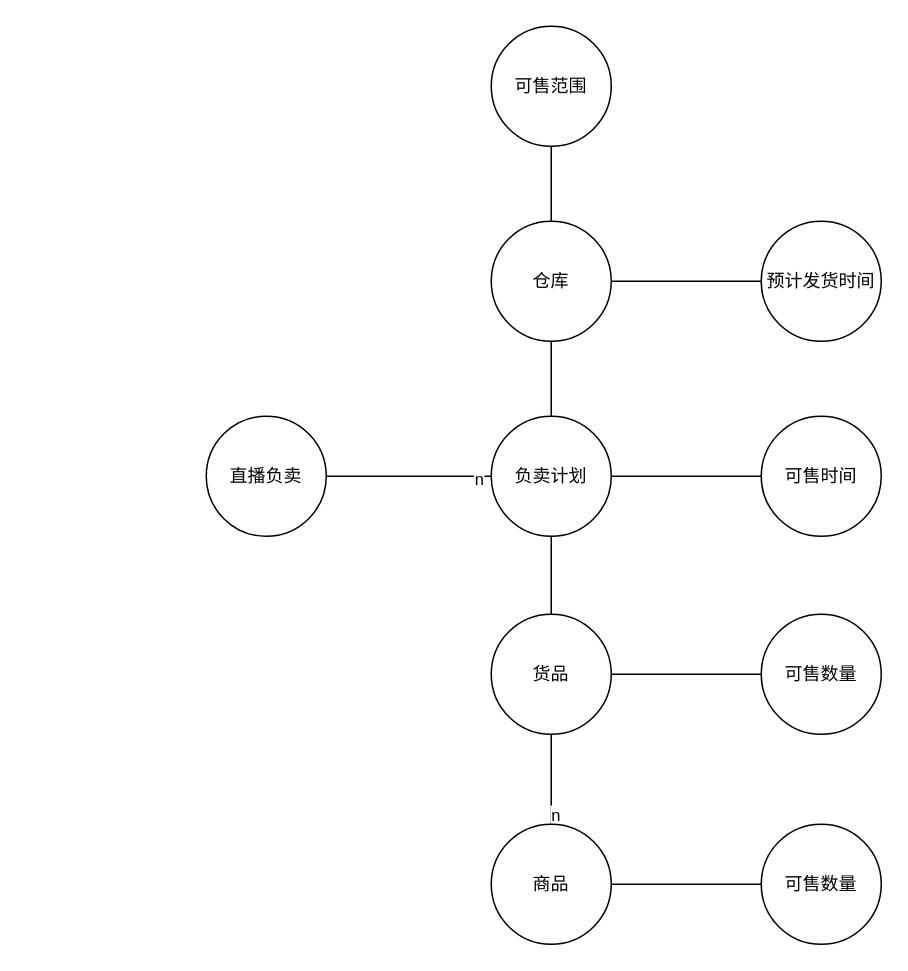
Earlier version of the draw.io diagram fla_gainiantu.drawio (xuyiyang/readme). Source tidied: cells renumbered, new cells numbered last; positions are measured from the earlier drawing's top-left corner, leaving out a move shared by most shapes. Both pictures are drawn from the tidied source at 150%, with x=0, y=0 at pixel (206, 26).
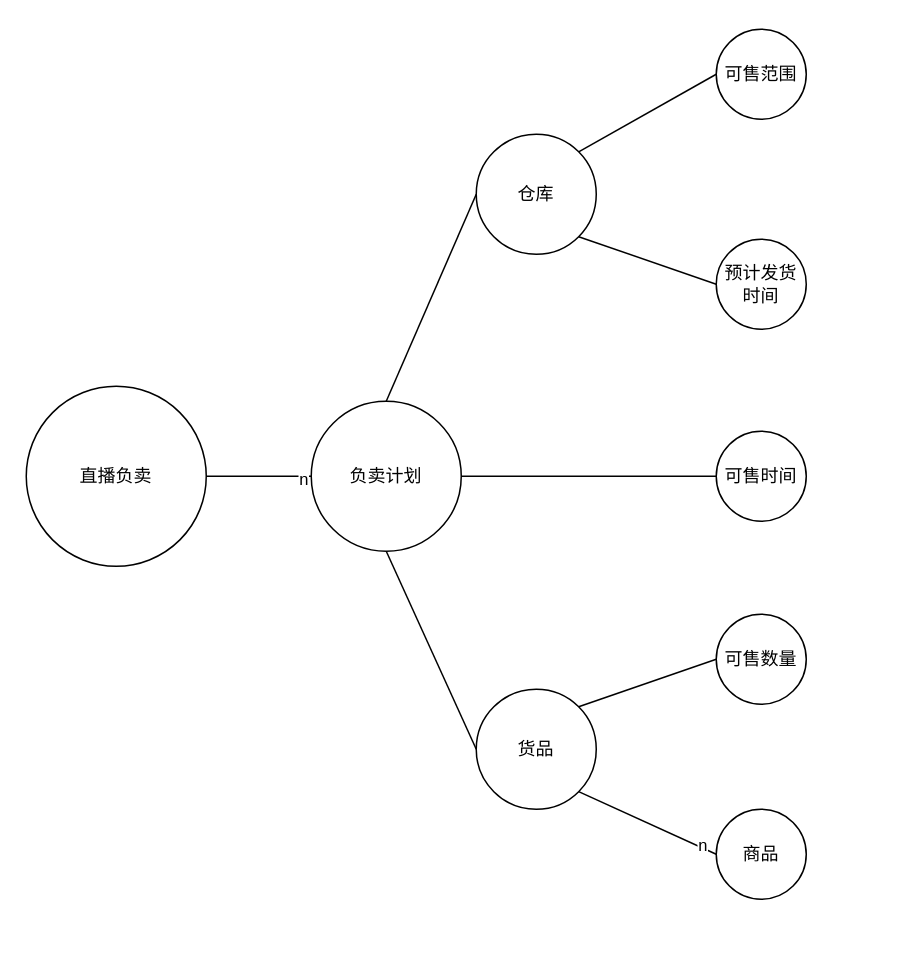
The same diagram, later.

Change to the diagram source:
```diff
@@
-    <mxCell id="2" style="edgeStyle=orthogonalEdgeStyle;rounded=0;jettySize=auto;html=1;exitX=0.5;exitY=0;exitDx=0;exitDy=0;entryX=0.5;entryY=1;entryDx=0;entryDy=0;endArrow=none;endFill=0;" parent="1" edge="1" source="5" target="11">
+    <mxCell id="2" style="rounded=0;jettySize=auto;html=1;exitX=0.5;exitY=0;exitDx=0;exitDy=0;entryX=0;entryY=0.5;entryDx=0;entryDy=0;endArrow=none;endFill=0;" parent="1" edge="1" source="5" target="11">
       <mxGeometry relative="1" as="geometry" />
     </mxCell>
@@
-    <mxCell id="4" style="edgeStyle=orthogonalEdgeStyle;rounded=0;jettySize=auto;html=1;exitX=0.5;exitY=1;exitDx=0;exitDy=0;entryX=0.5;entryY=0;entryDx=0;entryDy=0;endArrow=none;endFill=0;" parent="1" edge="1" source="5" target="17">
+    <mxCell id="4" style="rounded=0;jettySize=auto;html=1;exitX=0.5;exitY=1;exitDx=0;exitDy=0;entryX=0;entryY=0.5;entryDx=0;entryDy=0;endArrow=none;endFill=0;" parent="1" edge="1" source="5" target="17">
       <mxGeometry relative="1" as="geometry" />
     </mxCell>
     <mxCell id="5" value="负卖计划" style="ellipse;whiteSpace=wrap;html=1;" parent="1" vertex="1">
-      <mxGeometry x="190" y="260" width="80" height="80" as="geometry" />
+      <mxGeometry x="70" y="250" width="100" height="100" as="geometry" />
     </mxCell>
@@
     <mxCell id="8" value="直播负卖" style="ellipse;whiteSpace=wrap;html=1;" parent="1" vertex="1">
-      <mxGeometry y="260" width="80" height="80" as="geometry" />
+      <mxGeometry x="-120" y="240" width="120" height="120" as="geometry" />
     </mxCell>
-    <mxCell id="9" style="edgeStyle=orthogonalEdgeStyle;rounded=0;jettySize=auto;html=1;exitX=1;exitY=0.5;exitDx=0;exitDy=0;entryX=0;entryY=0.5;entryDx=0;entryDy=0;endArrow=none;endFill=0;" parent="1" edge="1" source="11" target="14">
+    <mxCell id="9" style="rounded=0;jettySize=auto;html=1;exitX=1;exitY=1;exitDx=0;exitDy=0;entryX=0;entryY=0.5;entryDx=0;entryDy=0;endArrow=none;endFill=0;" parent="1" edge="1" source="11" target="14">
       <mxGeometry relative="1" as="geometry" />
     </mxCell>
-    <mxCell id="10" style="edgeStyle=orthogonalEdgeStyle;rounded=0;jettySize=auto;html=1;exitX=0.5;exitY=0;exitDx=0;exitDy=0;entryX=0.5;entryY=1;entryDx=0;entryDy=0;endArrow=none;endFill=0;" parent="1" edge="1" source="11" target="13">
+    <mxCell id="10" style="rounded=0;jettySize=auto;html=1;exitX=1;exitY=0;exitDx=0;exitDy=0;entryX=0;entryY=0.5;entryDx=0;entryDy=0;endArrow=none;endFill=0;" parent="1" edge="1" source="11" target="13">
       <mxGeometry relative="1" as="geometry" />
     </mxCell>
     <mxCell id="11" value="仓库" style="ellipse;whiteSpace=wrap;html=1;" parent="1" vertex="1">
-      <mxGeometry x="190" y="130" width="80" height="80" as="geometry" />
+      <mxGeometry x="180" y="72" width="80" height="80" as="geometry" />
     </mxCell>
     <mxCell id="12" value="可售时间" style="ellipse;whiteSpace=wrap;html=1;" parent="1" vertex="1">
-      <mxGeometry x="370" y="260" width="80" height="80" as="geometry" />
+      <mxGeometry x="340" y="270" width="60" height="60" as="geometry" />
     </mxCell>
     <mxCell id="13" value="可售范围" style="ellipse;whiteSpace=wrap;html=1;" parent="1" vertex="1">
-      <mxGeometry x="190" width="80" height="80" as="geometry" />
+      <mxGeometry x="340" y="2" width="60" height="60" as="geometry" />
     </mxCell>
     <mxCell id="14" value="预计发货时间" style="ellipse;whiteSpace=wrap;html=1;" parent="1" vertex="1">
-      <mxGeometry x="370" y="130" width="80" height="80" as="geometry" />
+      <mxGeometry x="340" y="142" width="60" height="60" as="geometry" />
     </mxCell>
-    <mxCell id="15" style="edgeStyle=orthogonalEdgeStyle;rounded=0;jettySize=auto;html=1;exitX=0.5;exitY=1;exitDx=0;exitDy=0;entryX=0.5;entryY=0;entryDx=0;entryDy=0;endArrow=none;endFill=0;" parent="1" edge="1" source="17" target="21">
+    <mxCell id="15" style="rounded=0;jettySize=auto;html=1;exitX=1;exitY=1;exitDx=0;exitDy=0;entryX=0;entryY=0.5;entryDx=0;entryDy=0;endArrow=none;endFill=0;" parent="1" edge="1" source="17" target="21">
       <mxGeometry relative="1" as="geometry" />
     </mxCell>
@@
     <mxCell id="17" value="货品" style="ellipse;whiteSpace=wrap;html=1;" parent="1" vertex="1">
-      <mxGeometry x="190" y="392" width="80" height="80" as="geometry" />
+      <mxGeometry x="180" y="442" width="80" height="80" as="geometry" />
     </mxCell>
-    <mxCell id="18" style="edgeStyle=orthogonalEdgeStyle;rounded=0;jettySize=auto;html=1;exitX=0;exitY=0.5;exitDx=0;exitDy=0;entryX=1;entryY=0.5;entryDx=0;entryDy=0;endArrow=none;endFill=0;" parent="1" edge="1" source="19" target="17">
+    <mxCell id="18" style="rounded=0;jettySize=auto;html=1;exitX=0;exitY=0.5;exitDx=0;exitDy=0;entryX=1;entryY=0;entryDx=0;entryDy=0;endArrow=none;endFill=0;" parent="1" edge="1" source="19" target="17">
       <mxGeometry relative="1" as="geometry" />
     </mxCell>
     <mxCell id="19" value="可售数量" style="ellipse;whiteSpace=wrap;html=1;" parent="1" vertex="1">
-      <mxGeometry x="370" y="392" width="80" height="80" as="geometry" />
+      <mxGeometry x="340" y="392" width="60" height="60" as="geometry" />
     </mxCell>
-    <mxCell id="20" style="edgeStyle=orthogonalEdgeStyle;rounded=0;jettySize=auto;html=1;exitX=1;exitY=0.5;exitDx=0;exitDy=0;entryX=0;entryY=0.5;entryDx=0;entryDy=0;endArrow=none;endFill=0;" parent="1" edge="1" source="21" target="22">
-      <mxGeometry relative="1" as="geometry" />
-    </mxCell>
     <mxCell id="21" value="商品" style="ellipse;whiteSpace=wrap;html=1;" parent="1" vertex="1">
-      <mxGeometry x="190" y="532" width="80" height="80" as="geometry" />
+      <mxGeometry x="340" y="522" width="60" height="60" as="geometry" />
     </mxCell>
-    <mxCell id="22" value="可售数量" style="ellipse;whiteSpace=wrap;html=1;" parent="1" vertex="1">
-      <mxGeometry x="370" y="532" width="80" height="80" as="geometry" />
-    </mxCell>
+    <mxCell id="23" style="edgeStyle=none;rounded=0;orthogonalLoop=1;jettySize=auto;html=1;exitX=1;exitY=0;exitDx=0;exitDy=0;" parent="1" edge="1" source="5" target="5">
+      <mxGeometry relative="1" as="geometry" />
+    </mxCell>
```
